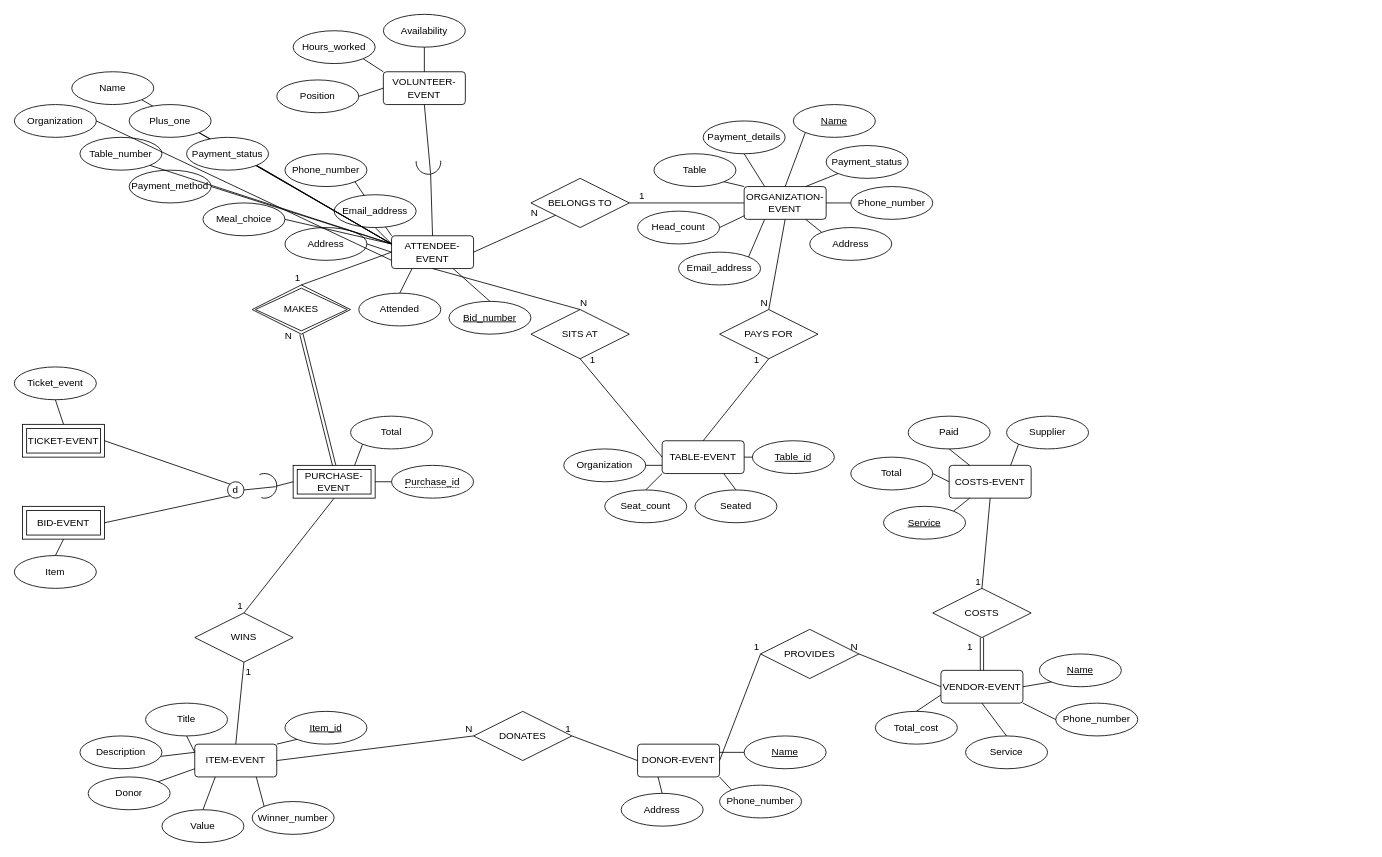
Earlier version of the draw.io diagram SecuringFundingER.drawio (MigLyons/Draw.io). Source tidied: cells renumbered, new cells numbered last; positions are measured from the earlier drawing's top-left corner, leaving out a move shared by most shapes. Both pictures are drawn from the tidied source at 82%, with x=0, y=0 at pixel (14, 14).
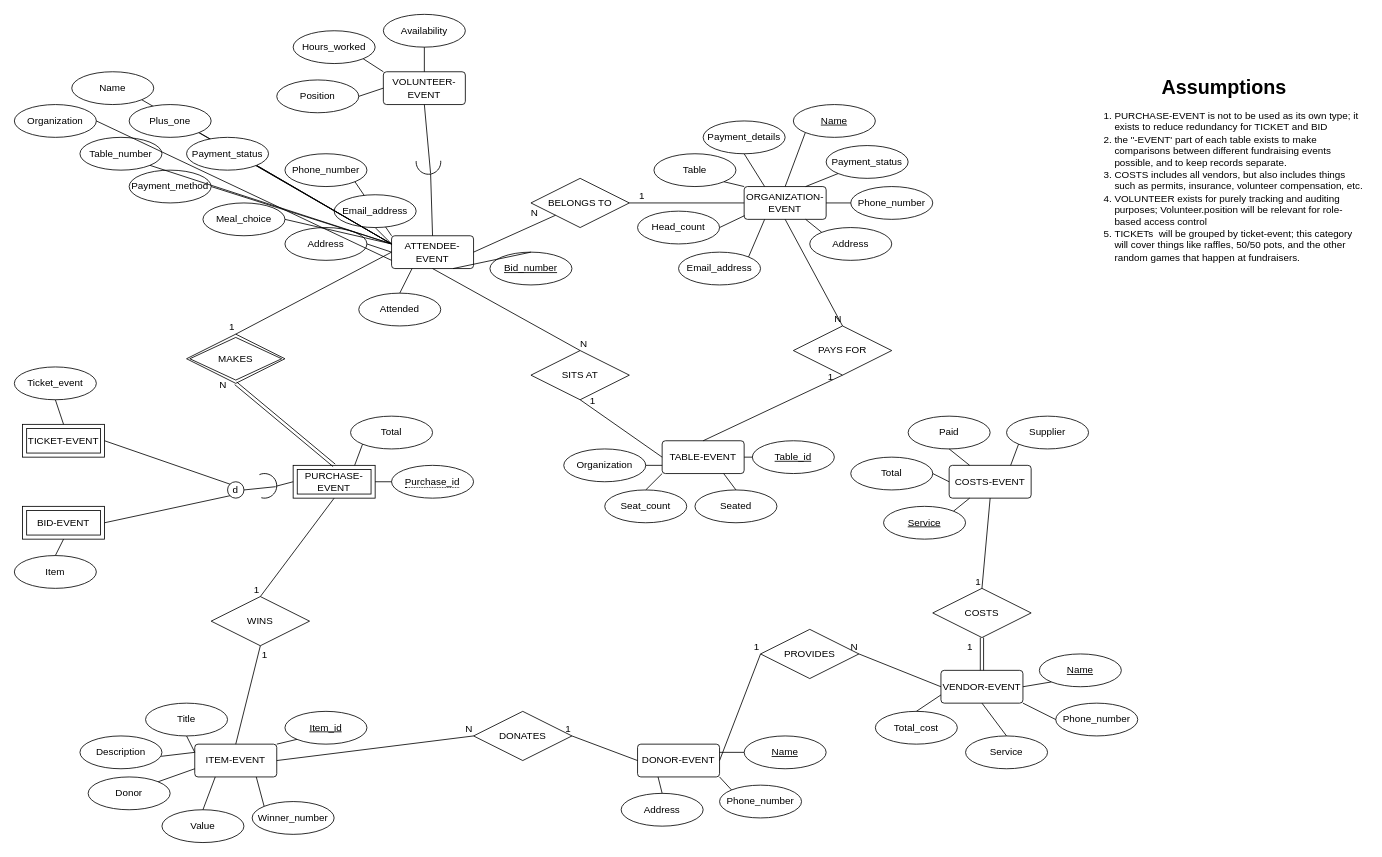
The same page after the edit.

Change to the diagram source:
```diff
@@
     <mxCell id="13" value="SITS AT" style="shape=rhombus;perimeter=rhombusPerimeter;whiteSpace=wrap;html=1;align=center;" parent="1" vertex="1">
-      <mxGeometry x="630" y="360" width="120" height="60" as="geometry" />
+      <mxGeometry x="630" y="410" width="120" height="60" as="geometry" />
     </mxCell>
@@
     <mxCell id="18" value="PAYS FOR" style="shape=rhombus;perimeter=rhombusPerimeter;whiteSpace=wrap;html=1;align=center;" parent="1" vertex="1">
-      <mxGeometry x="860" y="360" width="120" height="60" as="geometry" />
+      <mxGeometry x="950" y="380" width="120" height="60" as="geometry" />
     </mxCell>
     <mxCell id="19" value="MAKES" style="shape=rhombus;double=1;perimeter=rhombusPerimeter;whiteSpace=wrap;html=1;align=center;" parent="1" vertex="1">
-      <mxGeometry x="290" y="330" width="120" height="60" as="geometry" />
+      <mxGeometry x="210" y="390" width="120" height="60" as="geometry" />
     </mxCell>
     <mxCell id="20" value="WINS" style="shape=rhombus;perimeter=rhombusPerimeter;whiteSpace=wrap;html=1;align=center;" parent="1" vertex="1">
-      <mxGeometry x="220" y="730" width="120" height="60" as="geometry" />
+      <mxGeometry x="240" y="710" width="120" height="60" as="geometry" />
     </mxCell>
@@
     <mxCell id="71" value="Bid_number" style="ellipse;whiteSpace=wrap;html=1;align=center;fontStyle=4;" parent="1" vertex="1">
-      <mxGeometry x="530" y="350" width="100" height="40" as="geometry" />
+      <mxGeometry x="580" y="290" width="100" height="40" as="geometry" />
     </mxCell>
@@
+    <mxCell id="159" value="&lt;ol&gt;&lt;li&gt;PURCHASE-EVENT is not to be used as its own type; it exists to reduce redundancy for TICKET and BID&lt;br&gt;&lt;/li&gt;&lt;li&gt;the &quot;-EVENT' part of each table exists to make comparisons between different fundraising events possible, and to keep records separate.&lt;/li&gt;&lt;li&gt;COSTS includes all vendors, but also includes things such as permits, insurance, volunteer compensation, etc. &lt;br&gt;&lt;/li&gt;&lt;li&gt;VOLUNTEER exists for purely tracking and auditing purposes; Volunteer.position will be relevant for role-based access control&lt;/li&gt;&lt;li&gt;TICKETs&amp;nbsp; will be grouped by ticket-event; this category will cover things like raffles, 50/50 pots, and the other random games that happen at fundraisers.&lt;br&gt;&lt;/li&gt;&lt;/ol&gt;" style="text;strokeColor=none;fillColor=none;html=1;whiteSpace=wrap;verticalAlign=middle;overflow=hidden;" parent="1" vertex="1">
+      <mxGeometry x="1300" y="60" width="350" height="300" as="geometry" />
+    </mxCell>
+    <mxCell id="160" value="Assumptions" style="text;strokeColor=none;fillColor=none;html=1;fontSize=24;fontStyle=1;verticalAlign=middle;align=center;" parent="1" vertex="1">
+      <mxGeometry x="1425" y="70" width="100" height="40" as="geometry" />
+    </mxCell>
```
